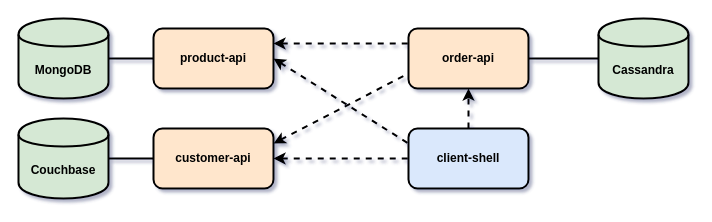
Earlier version of the draw.io diagram images/project-diagram.drawio (ivangfr/spring-webflux-reactive-databases). Source tidied: cells renumbered, new cells numbered last; positions are measured from the earlier drawing's top-left corner, leaving out a move shared by most shapes. Both pictures are drawn from the tidied source at 100%, with x=0, y=0 at pixel (18, 18).
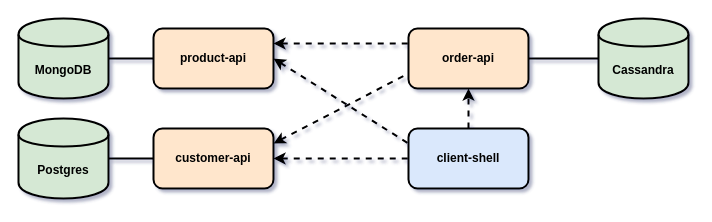
The same diagram, later.

Diff of the diagram source:
```diff
@@
 <mxGraphModel shadow="1">
   <root>
     <mxCell id="0" />
     <mxCell id="1" parent="0" />
     <mxCell id="2" value="product-api" style="rounded=1;whiteSpace=wrap;html=1;strokeWidth=2;fontStyle=1;fillColor=#ffe6cc;strokeColor=#000000;" parent="1" vertex="1">
       <mxGeometry x="135" y="10" width="120" height="60" as="geometry" />
     </mxCell>
     <mxCell id="3" value="customer-api" style="rounded=1;whiteSpace=wrap;html=1;strokeWidth=2;fontStyle=1;fillColor=#ffe6cc;strokeColor=#000000;" parent="1" vertex="1">
       <mxGeometry x="135" y="110" width="120" height="60" as="geometry" />
     </mxCell>
     <mxCell id="4" value="order-api" style="rounded=1;whiteSpace=wrap;html=1;strokeWidth=2;fontStyle=1;fillColor=#ffe6cc;strokeColor=#000000;" parent="1" vertex="1">
       <mxGeometry x="390" y="10" width="120" height="60" as="geometry" />
     </mxCell>
     <mxCell id="5" value="client-shell" style="rounded=1;whiteSpace=wrap;html=1;strokeWidth=2;fontStyle=1;fillColor=#dae8fc;strokeColor=#000000;" parent="1" vertex="1">
       <mxGeometry x="390" y="110" width="120" height="60" as="geometry" />
     </mxCell>
     <mxCell id="6" value="MongoDB" style="shape=cylinder;whiteSpace=wrap;html=1;boundedLbl=1;backgroundOutline=1;strokeWidth=2;fontStyle=1;fillColor=#d5e8d4;strokeColor=#000000;" parent="1" vertex="1">
       <mxGeometry width="90" height="80" as="geometry" />
     </mxCell>
     <mxCell id="7" value="Cassandra" style="shape=cylinder;whiteSpace=wrap;html=1;boundedLbl=1;backgroundOutline=1;strokeWidth=2;fontStyle=1;fillColor=#d5e8d4;strokeColor=#000000;" parent="1" vertex="1">
       <mxGeometry x="580" width="90" height="80" as="geometry" />
     </mxCell>
-    <mxCell id="8" value="Couchbase" style="shape=cylinder;whiteSpace=wrap;html=1;boundedLbl=1;backgroundOutline=1;strokeWidth=2;fontStyle=1;fillColor=#d5e8d4;strokeColor=#000000;" parent="1" vertex="1">
+    <mxCell id="8" value="Postgres" style="shape=cylinder;whiteSpace=wrap;html=1;boundedLbl=1;backgroundOutline=1;strokeWidth=2;fontStyle=1;fillColor=#d5e8d4;strokeColor=#000000;" parent="1" vertex="1">
       <mxGeometry y="100" width="90" height="80" as="geometry" />
     </mxCell>
     <mxCell id="9" style="endArrow=none;html=1;entryX=0;entryY=0.5;entryDx=0;entryDy=0;exitX=1;exitY=0.5;exitDx=0;exitDy=0;strokeWidth=2;" parent="1" edge="1" source="6" target="2">
       <mxGeometry relative="1" as="geometry" />
     </mxCell>
     <mxCell id="10" style="endArrow=none;html=1;entryX=0;entryY=0.5;entryDx=0;entryDy=0;exitX=1;exitY=0.5;exitDx=0;exitDy=0;strokeWidth=2;" parent="1" edge="1" source="8" target="3">
       <mxGeometry relative="1" as="geometry" />
     </mxCell>
     <mxCell id="11" style="endArrow=none;html=1;entryX=1;entryY=0.5;entryDx=0;entryDy=0;strokeWidth=2;exitX=0;exitY=0.5;exitDx=0;exitDy=0;" parent="1" edge="1" source="7" target="4">
       <mxGeometry relative="1" as="geometry" />
     </mxCell>
     <mxCell id="12" style="endArrow=none;startArrow=classic;html=1;strokeWidth=2;exitX=1;exitY=0.5;exitDx=0;exitDy=0;entryX=0;entryY=0.5;entryDx=0;entryDy=0;dashed=1;endFill=0;" parent="1" edge="1" source="3" target="5">
       <mxGeometry relative="1" as="geometry" />
     </mxCell>
     <mxCell id="13" style="endArrow=none;startArrow=classic;html=1;strokeWidth=2;exitX=1;exitY=0.5;exitDx=0;exitDy=0;entryX=0;entryY=0.25;entryDx=0;entryDy=0;dashed=1;endFill=0;" parent="1" edge="1" source="2" target="5">
       <mxGeometry relative="1" as="geometry" />
     </mxCell>
     <mxCell id="14" style="endArrow=classic;startArrow=none;html=1;strokeWidth=2;entryX=0.5;entryY=1;entryDx=0;entryDy=0;exitX=0.5;exitY=0;exitDx=0;exitDy=0;dashed=1;endFill=1;startFill=0;" parent="1" edge="1" source="5" target="4">
       <mxGeometry relative="1" as="geometry" />
     </mxCell>
     <mxCell id="15" style="endArrow=none;startArrow=classic;html=1;strokeWidth=2;exitX=1;exitY=0.25;exitDx=0;exitDy=0;entryX=0;entryY=0.25;entryDx=0;entryDy=0;dashed=1;endFill=0;" parent="1" edge="1" source="2" target="4">
       <mxGeometry relative="1" as="geometry" />
     </mxCell>
     <mxCell id="16" style="endArrow=none;startArrow=classic;html=1;strokeWidth=2;exitX=1;exitY=0.25;exitDx=0;exitDy=0;entryX=0;entryY=0.75;entryDx=0;entryDy=0;dashed=1;endFill=0;" parent="1" edge="1" source="3" target="4">
       <mxGeometry relative="1" as="geometry" />
     </mxCell>
   </root>
 </mxGraphModel>
```
